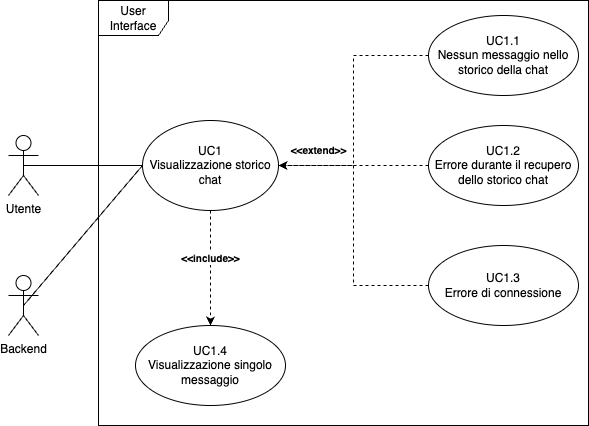
Earlier version of the draw.io export images/analisi-dei-requisiti/UCStoricoChat.png (SweeTenTeam/Docs). Source tidied: cells renumbered, new cells last; positions are measured from the earlier drawing's top-left corner, leaving out a move shared by most shapes.
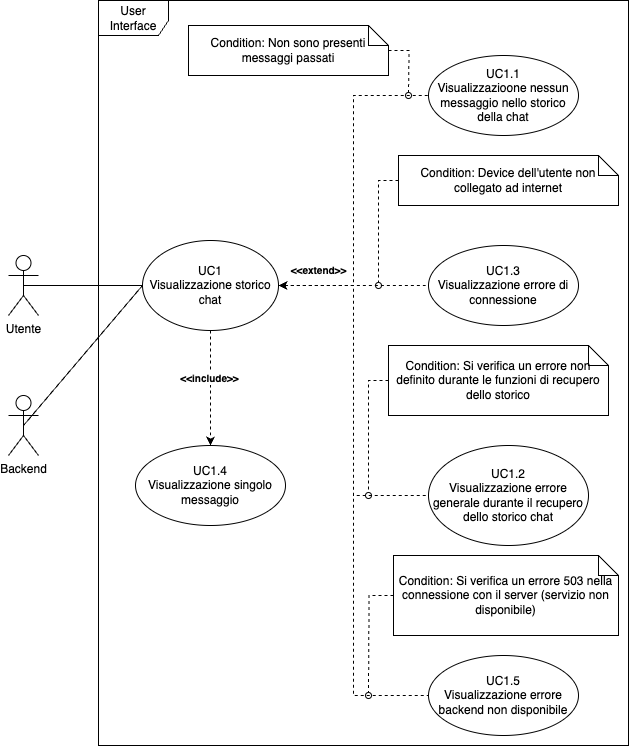
Later version of the same file.

Change to the diagram source:
```diff
@@ -3,7 +3,7 @@
     <mxCell id="0" />
     <mxCell id="1" parent="0" />
     <mxCell id="2" value="User Interface" style="shape=umlFrame;whiteSpace=wrap;html=1;width=70;height=35;" parent="1" vertex="1">
-      <mxGeometry x="90" width="490" height="425" as="geometry" />
+      <mxGeometry x="90" y="-120" width="530" height="745" as="geometry" />
     </mxCell>
     <mxCell id="3" value="Utente" style="shape=umlActor;verticalLabelPosition=bottom;verticalAlign=top;html=1;" parent="1" vertex="1">
       <mxGeometry y="135" width="30" height="60" as="geometry" />
@@ -14,14 +14,23 @@
     <mxCell id="5" value="&lt;font style=&quot;font-size: 10px;&quot;&gt;&lt;b&gt;&amp;lt;&amp;lt;include&amp;gt;&amp;gt;&lt;/b&gt;&lt;/font&gt;" style="edgeLabel;html=1;align=center;verticalAlign=middle;" parent="4" vertex="1">
       <mxGeometry x="-0.18" y="-1" relative="1" as="geometry" />
     </mxCell>
+    <mxCell id="18" style="edgeStyle=orthogonalEdgeStyle;rounded=0;jettySize=auto;html=1;entryX=0;entryY=0.5;entryDx=0;entryDy=0;endArrow=none;startFill=1;startArrow=classic;dashed=1;" parent="1" edge="1" source="6" target="8">
+      <mxGeometry relative="1" as="geometry" />
+    </mxCell>
+    <mxCell id="19" style="edgeStyle=orthogonalEdgeStyle;rounded=0;jettySize=auto;html=1;entryX=0;entryY=0.5;entryDx=0;entryDy=0;endArrow=none;startFill=1;startArrow=classic;dashed=1;" parent="1" edge="1" source="6" target="12">
+      <mxGeometry relative="1" as="geometry" />
+    </mxCell>
+    <mxCell id="20" style="edgeStyle=orthogonalEdgeStyle;rounded=0;jettySize=auto;html=1;entryX=0;entryY=0.5;entryDx=0;entryDy=0;endArrow=none;startFill=1;startArrow=classic;dashed=1;" parent="1" edge="1" source="6" target="14">
+      <mxGeometry relative="1" as="geometry" />
+    </mxCell>
+    <mxCell id="21" style="edgeStyle=orthogonalEdgeStyle;rounded=0;jettySize=auto;html=1;entryX=0;entryY=0.5;entryDx=0;entryDy=0;startArrow=classic;startFill=1;endArrow=none;dashed=1;" parent="1" edge="1" source="6" target="22">
+      <mxGeometry relative="1" as="geometry" />
+    </mxCell>
     <mxCell id="6" value="UC1&lt;br&gt;Visualizzazione storico chat" style="ellipse;whiteSpace=wrap;html=1;" parent="1" vertex="1">
       <mxGeometry x="134" y="120" width="136" height="90" as="geometry" />
     </mxCell>
-    <mxCell id="7" style="edgeStyle=orthogonalEdgeStyle;rounded=0;jettySize=auto;html=1;entryX=1;entryY=0.5;entryDx=0;entryDy=0;dashed=1;" parent="1" edge="1" source="8" target="6">
-      <mxGeometry relative="1" as="geometry" />
-    </mxCell>
-    <mxCell id="8" value="&lt;span style=&quot;text-wrap-mode: nowrap;&quot;&gt;UC1.1&lt;/span&gt;&lt;div&gt;Nessun messaggio nello storico della chat&lt;/div&gt;" style="ellipse;whiteSpace=wrap;html=1;" parent="1" vertex="1">
-      <mxGeometry x="420" y="15" width="150" height="80" as="geometry" />
+    <mxCell id="8" value="&lt;span style=&quot;text-wrap-mode: nowrap;&quot;&gt;UC1.1&lt;/span&gt;&lt;div&gt;Visualizzazioone nessun messaggio nello storico della chat&lt;/div&gt;" style="ellipse;whiteSpace=wrap;html=1;" parent="1" vertex="1">
+      <mxGeometry x="420" y="-65" width="150" height="80" as="geometry" />
     </mxCell>
     <mxCell id="9" style="endArrow=none;html=1;rounded=0;exitX=0.5;exitY=0.5;exitDx=0;exitDy=0;exitPerimeter=0;entryX=0;entryY=0.5;entryDx=0;entryDy=0;" parent="1" edge="1" source="3" target="6">
       <mxGeometry relative="1" as="geometry" />
@@ -29,17 +38,11 @@
     <mxCell id="10" value="&lt;b&gt;&lt;font style=&quot;font-size: 10px;&quot;&gt;&amp;lt;&amp;lt;extend&amp;gt;&amp;gt;&lt;/font&gt;&lt;/b&gt;" style="text;html=1;align=center;verticalAlign=middle;strokeColor=none;fillColor=none;" parent="1" vertex="1">
       <mxGeometry x="270" y="135" width="80" height="30" as="geometry" />
     </mxCell>
-    <mxCell id="11" style="edgeStyle=orthogonalEdgeStyle;rounded=0;jettySize=auto;html=1;entryX=1;entryY=0.5;entryDx=0;entryDy=0;dashed=1;" parent="1" edge="1" source="12" target="6">
-      <mxGeometry relative="1" as="geometry" />
-    </mxCell>
-    <mxCell id="12" value="&lt;span style=&quot;text-wrap-mode: nowrap;&quot;&gt;UC1.2&lt;/span&gt;&lt;div&gt;Errore durante il recupero dello storico chat&lt;/div&gt;" style="ellipse;whiteSpace=wrap;html=1;" parent="1" vertex="1">
-      <mxGeometry x="420" y="125" width="150" height="80" as="geometry" />
+    <mxCell id="12" value="&lt;span style=&quot;text-wrap-mode: nowrap;&quot;&gt;UC1.2&lt;/span&gt;&lt;div&gt;Visualizzazione errore generale durante il recupero dello storico chat&lt;/div&gt;" style="ellipse;whiteSpace=wrap;html=1;" parent="1" vertex="1">
+      <mxGeometry x="420" y="325" width="160" height="100" as="geometry" />
     </mxCell>
-    <mxCell id="13" style="edgeStyle=orthogonalEdgeStyle;rounded=0;jettySize=auto;html=1;entryX=1;entryY=0.5;entryDx=0;entryDy=0;dashed=1;" parent="1" edge="1" source="14" target="6">
-      <mxGeometry relative="1" as="geometry" />
-    </mxCell>
-    <mxCell id="14" value="&lt;span style=&quot;text-wrap-mode: nowrap;&quot;&gt;UC1.3&lt;/span&gt;&lt;div&gt;Errore di connessione&lt;/div&gt;" style="ellipse;whiteSpace=wrap;html=1;" parent="1" vertex="1">
-      <mxGeometry x="420" y="245" width="150" height="80" as="geometry" />
+    <mxCell id="14" value="&lt;span style=&quot;text-wrap-mode: nowrap;&quot;&gt;UC1.3&lt;/span&gt;&lt;div&gt;Visualizzazione errore di connessione&lt;/div&gt;" style="ellipse;whiteSpace=wrap;html=1;" parent="1" vertex="1">
+      <mxGeometry x="420" y="125" width="150" height="80" as="geometry" />
     </mxCell>
     <mxCell id="15" value="&lt;span style=&quot;text-wrap-mode: nowrap;&quot;&gt;UC1.4&lt;/span&gt;&lt;div&gt;Visualizzazione singolo messaggio&lt;/div&gt;" style="ellipse;whiteSpace=wrap;html=1;" parent="1" vertex="1">
       <mxGeometry x="127" y="325" width="150" height="80" as="geometry" />
@@ -50,5 +53,40 @@
     <mxCell id="17" style="endArrow=none;html=1;rounded=0;exitX=0.5;exitY=0.5;exitDx=0;exitDy=0;exitPerimeter=0;entryX=0;entryY=0.5;entryDx=0;entryDy=0;" parent="1" edge="1" source="16" target="6">
       <mxGeometry relative="1" as="geometry" />
     </mxCell>
+    <mxCell id="22" value="&lt;span style=&quot;text-wrap-mode: nowrap;&quot;&gt;UC1.5&lt;/span&gt;&lt;div&gt;Visualizzazione errore backend non disponibile&lt;/div&gt;" style="ellipse;whiteSpace=wrap;html=1;" parent="1" vertex="1">
+      <mxGeometry x="420" y="535" width="150" height="80" as="geometry" />
+    </mxCell>
+    <mxCell id="23" style="edgeStyle=orthogonalEdgeStyle;rounded=0;jettySize=auto;html=1;endArrow=oval;endFill=0;dashed=1;" parent="1" edge="1" source="24">
+      <mxGeometry relative="1" as="geometry">
+        <mxPoint x="400" y="-25" as="targetPoint" />
+      </mxGeometry>
+    </mxCell>
+    <mxCell id="24" value="Condition: Non sono presenti messaggi passati" style="shape=note;size=20;whiteSpace=wrap;html=1;" parent="1" vertex="1">
+      <mxGeometry x="180" y="-95" width="200" height="50" as="geometry" />
+    </mxCell>
+    <mxCell id="25" style="edgeStyle=orthogonalEdgeStyle;rounded=0;jettySize=auto;html=1;endArrow=oval;endFill=0;dashed=1;" parent="1" edge="1" source="26">
+      <mxGeometry relative="1" as="geometry">
+        <mxPoint x="370" y="165" as="targetPoint" />
+      </mxGeometry>
+    </mxCell>
+    <mxCell id="26" value="Condition: Device dell'utente non collegato ad internet" style="shape=note;size=20;whiteSpace=wrap;html=1;" parent="1" vertex="1">
+      <mxGeometry x="390" y="35" width="220" height="50" as="geometry" />
+    </mxCell>
+    <mxCell id="27" style="edgeStyle=orthogonalEdgeStyle;rounded=0;jettySize=auto;html=1;endArrow=oval;endFill=0;dashed=1;" parent="1" edge="1" source="28">
+      <mxGeometry relative="1" as="geometry">
+        <mxPoint x="360" y="375" as="targetPoint" />
+      </mxGeometry>
+    </mxCell>
+    <mxCell id="28" value="Condition: Si verifica un errore non definito durante le funzioni di recupero dello storico" style="shape=note;size=20;whiteSpace=wrap;html=1;" parent="1" vertex="1">
+      <mxGeometry x="380" y="225" width="220" height="70" as="geometry" />
+    </mxCell>
+    <mxCell id="29" style="edgeStyle=orthogonalEdgeStyle;rounded=0;jettySize=auto;html=1;dashed=1;endArrow=oval;endFill=0;" parent="1" edge="1" source="30">
+      <mxGeometry relative="1" as="geometry">
+        <mxPoint x="360" y="575" as="targetPoint" />
+      </mxGeometry>
+    </mxCell>
+    <mxCell id="30" value="Condition: Si verifica un errore 503 nella connessione con il server (servizio non disponibile)" style="shape=note;size=20;whiteSpace=wrap;html=1;" parent="1" vertex="1">
+      <mxGeometry x="385" y="435" width="225" height="80" as="geometry" />
+    </mxCell>
   </root>
 </mxGraphModel>
```
